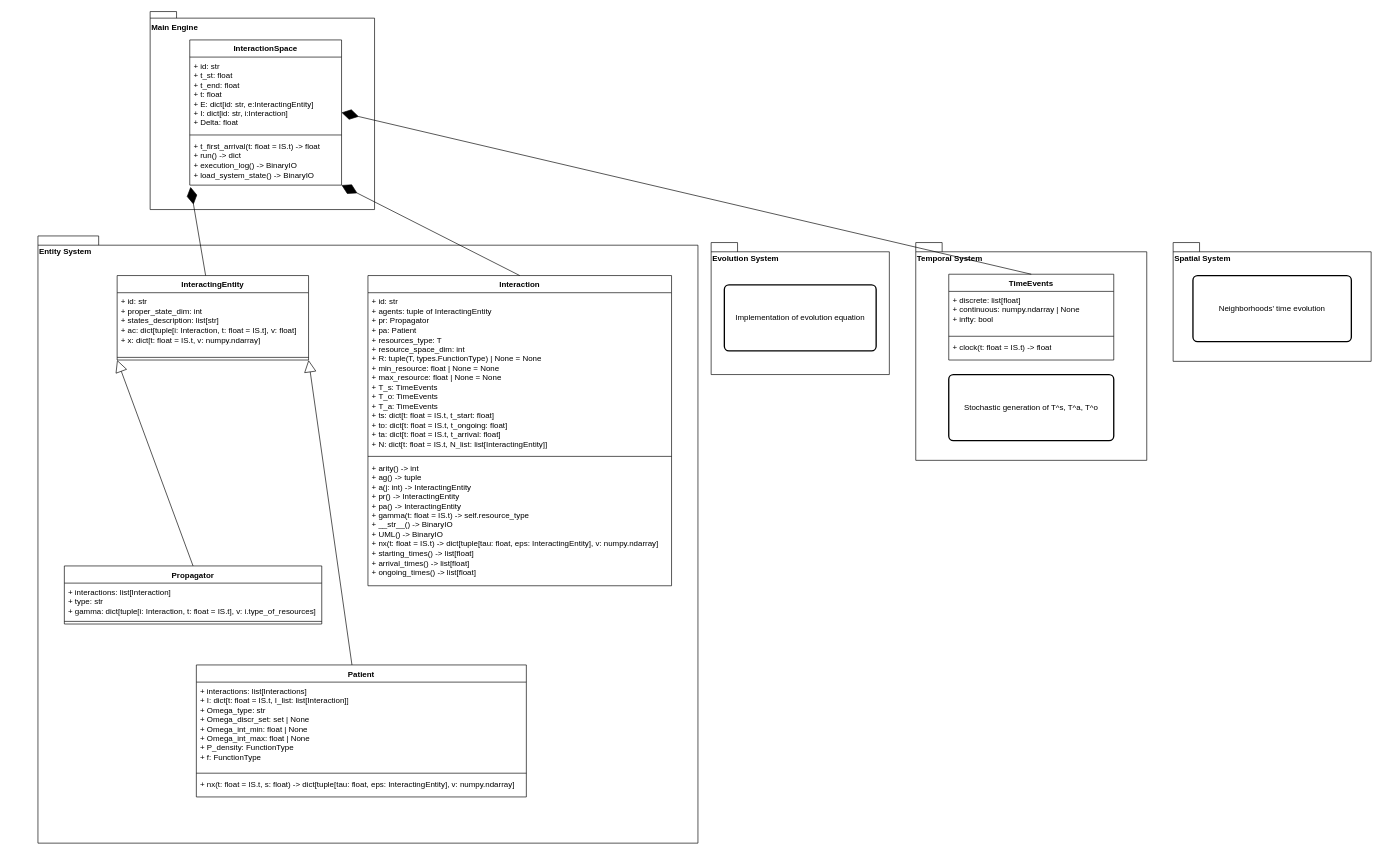
Above: experiments/UML/PlantUML IS.drawio in giopao/ARC-AGI1 (draw.io), before the change. Source tidied: cells renumbered, new cells numbered last; positions are measured from the earlier drawing's top-left corner, leaving out a move shared by most shapes. Both pictures are drawn from the tidied source at 66%, with x=0, y=0 at pixel (38, 11).
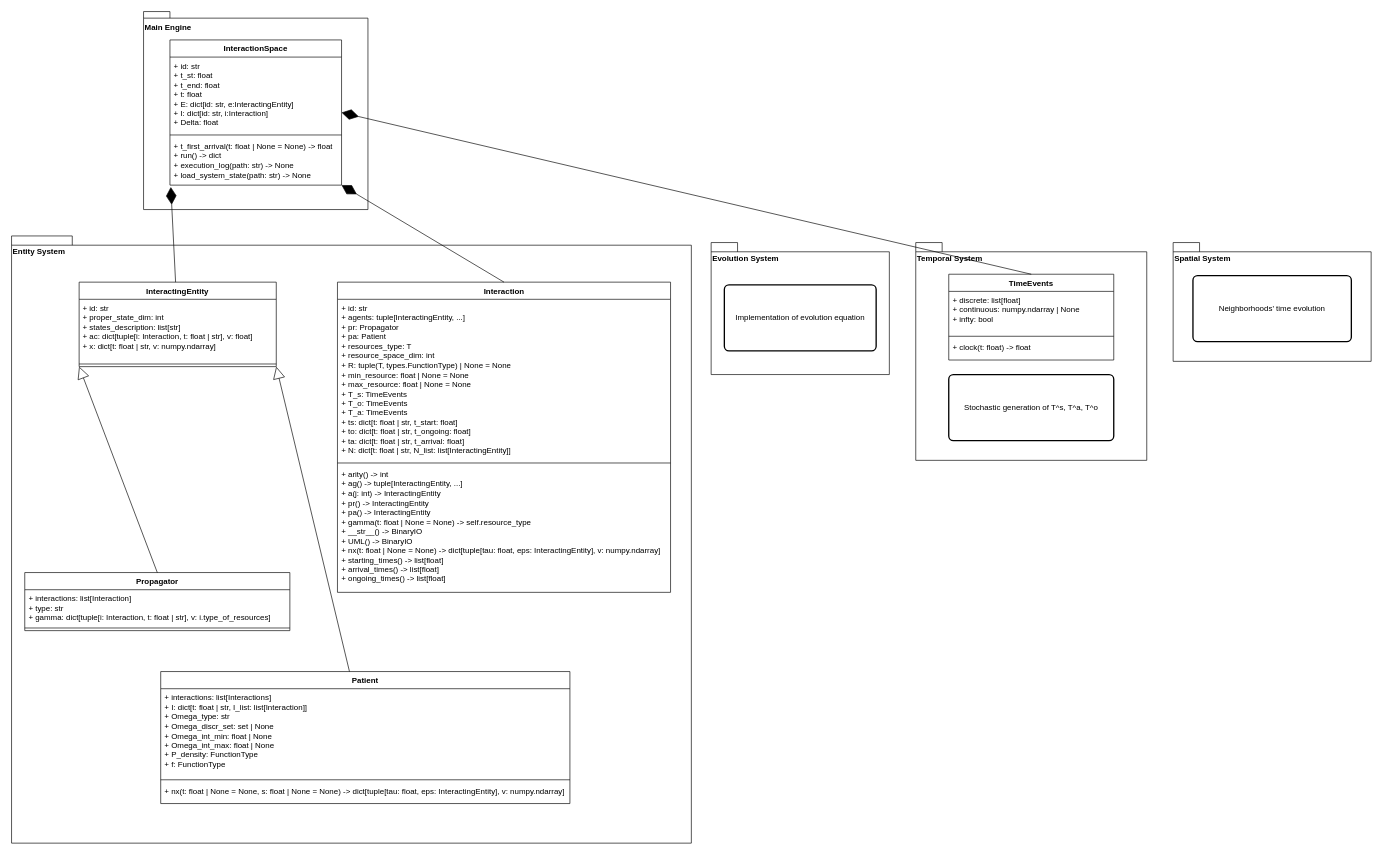
Above is the later version.

Unchanged cells that the change refers to:
```xml
<mxCell id="10" value="TimeEvents" style="swimlane;fontStyle=1;align=center;verticalAlign=top;horizontal=1;startSize=26;whiteSpace=wrap;html=1;" parent="8" vertex="1">
  <mxGeometry x="50" y="48" width="250" height="130" as="geometry" />
</mxCell>
```

The edit, as a diff of the source:
```diff
@@
     <mxCell id="2" style="group;" parent="1" vertex="1">
-      <mxGeometry x="170" width="340" height="300" as="geometry" />
+      <mxGeometry x="160" width="340" height="300" as="geometry" />
     </mxCell>
@@
     <mxCell id="4" value="InteractionSpace" style="swimlane;fontStyle=1;align=center;verticalAlign=top;horizontal=1;startSize=26;whiteSpace=wrap;html=1;rotation=0;" parent="2" vertex="1">
-      <mxGeometry x="60" y="43" width="230" height="220" as="geometry" />
+      <mxGeometry x="40" y="43" width="260" height="220" as="geometry" />
     </mxCell>
     <mxCell id="5" value="+ id: str&lt;div&gt;+ t_st: float&lt;/div&gt;&lt;div&gt;+&amp;nbsp;t_end: float&lt;/div&gt;&lt;div&gt;+&amp;nbsp;t: float&lt;/div&gt;&lt;div&gt;+&amp;nbsp;E: dict[id: str, e:InteractingEntity]&lt;/div&gt;&lt;div&gt;+&amp;nbsp;I: dict[id: str, i:Interaction]&lt;/div&gt;&lt;div&gt;+&amp;nbsp;Delta: float&lt;/div&gt;" style="text;strokeColor=none;fillColor=none;align=left;verticalAlign=top;spacingLeft=4;spacingRight=4;overflow=hidden;whiteSpace=wrap;html=1;rotation=0;" parent="4" vertex="1">
-      <mxGeometry y="26" width="230" height="114" as="geometry" />
+      <mxGeometry y="26" width="260" height="114" as="geometry" />
     </mxCell>
     <mxCell id="6" style="line;strokeWidth=1;fillColor=none;align=left;verticalAlign=middle;spacingTop=-1;spacingLeft=3;spacingRight=3;labelPosition=right;strokeColor=inherit;rotation=0;" parent="4" vertex="1">
-      <mxGeometry y="140" width="230" height="8" as="geometry" />
+      <mxGeometry y="140" width="260" height="8" as="geometry" />
     </mxCell>
-    <mxCell id="7" value="+ t_first_arrival(t: float = IS.t) -&amp;gt; float&lt;div&gt;+ run() -&amp;gt; dict&lt;/div&gt;&lt;div&gt;+ execution_log() -&amp;gt; BinaryIO&lt;/div&gt;&lt;div&gt;+ load_system_state() -&amp;gt; BinaryIO&lt;/div&gt;" style="text;strokeColor=none;fillColor=none;align=left;verticalAlign=top;spacingLeft=4;spacingRight=4;overflow=hidden;points=[[0,0.5],[1,0.5]];portConstraint=eastwest;whiteSpace=wrap;html=1;rotation=0;" parent="4" vertex="1">
-      <mxGeometry y="148" width="230" height="72" as="geometry" />
+    <mxCell id="7" value="+ t_first_arrival(t: float | None = None) -&amp;gt; float&lt;div&gt;+ run() -&amp;gt; dict&lt;/div&gt;&lt;div&gt;+ execution_log(path: str) -&amp;gt; None&lt;/div&gt;&lt;div&gt;+ load_system_state(path: str) -&amp;gt; None&lt;/div&gt;" style="text;strokeColor=none;fillColor=none;align=left;verticalAlign=top;spacingLeft=4;spacingRight=4;overflow=hidden;points=[[0,0.5],[1,0.5]];portConstraint=eastwest;whiteSpace=wrap;html=1;rotation=0;" parent="4" vertex="1">
+      <mxGeometry y="148" width="260" height="72" as="geometry" />
     </mxCell>
@@
-    <mxCell id="13" value="+&amp;nbsp;clock(t: float = IS.t) -&amp;gt; float" style="text;strokeColor=none;fillColor=none;align=left;verticalAlign=top;spacingLeft=4;spacingRight=4;overflow=hidden;whiteSpace=wrap;html=1;" parent="10" vertex="1">
+    <mxCell id="13" value="+&amp;nbsp;clock(t: float) -&amp;gt; float" style="text;strokeColor=none;fillColor=none;align=left;verticalAlign=top;spacingLeft=4;spacingRight=4;overflow=hidden;whiteSpace=wrap;html=1;" parent="10" vertex="1">
       <mxGeometry y="98" width="250" height="32" as="geometry" />
     </mxCell>
@@
     <mxCell id="22" style="group;" parent="1" vertex="1">
-      <mxGeometry y="340" width="1000" height="920" as="geometry" />
+      <mxGeometry x="-40" y="340" width="1030" height="920" as="geometry" />
     </mxCell>
     <mxCell id="23" value="Entity System" style="shape=folder;fontStyle=1;spacingTop=10;tabWidth=40;tabHeight=14;tabPosition=left;html=1;whiteSpace=wrap;align=left;verticalAlign=top;" parent="22" vertex="1">
-      <mxGeometry width="1000" height="920" as="geometry" />
+      <mxGeometry width="1030" height="920" as="geometry" />
     </mxCell>
     <mxCell id="24" style="group;" parent="22" vertex="1">
-      <mxGeometry x="40" y="60" width="920" height="790" as="geometry" />
+      <mxGeometry x="20" y="70" width="978.5" height="790" as="geometry" />
     </mxCell>
     <mxCell id="25" value="InteractingEntity" style="swimlane;fontStyle=1;align=center;verticalAlign=top;horizontal=1;startSize=26;whiteSpace=wrap;html=1;" parent="24" vertex="1">
-      <mxGeometry x="80" width="290" height="128" as="geometry" />
+      <mxGeometry x="82.4" width="298.7" height="128" as="geometry" />
     </mxCell>
-    <mxCell id="26" value="+&amp;nbsp;id: str&lt;div&gt;+&amp;nbsp;proper_state_dim: int&lt;/div&gt;&lt;div&gt;+&amp;nbsp;states_description: list[str]&lt;/div&gt;&lt;div&gt;+&amp;nbsp;ac: dict[tuple[i: Interaction, t: float = IS.t], v: float]&lt;/div&gt;&lt;div&gt;+&amp;nbsp;x: dict[t: float = IS.t, v: numpy.ndarray]&lt;/div&gt;" style="text;strokeColor=none;fillColor=none;align=left;verticalAlign=top;spacingLeft=4;spacingRight=4;overflow=hidden;whiteSpace=wrap;html=1;" parent="25" vertex="1">
-      <mxGeometry y="26" width="290" height="94" as="geometry" />
+    <mxCell id="26" value="+&amp;nbsp;id: str&lt;div&gt;+&amp;nbsp;proper_state_dim: int&lt;/div&gt;&lt;div&gt;+&amp;nbsp;states_description: list[str]&lt;/div&gt;&lt;div&gt;+&amp;nbsp;ac: dict[tuple[i: Interaction, t: float | str], v: float]&lt;/div&gt;&lt;div&gt;+&amp;nbsp;x: dict[t: float | str, v: numpy.ndarray]&lt;/div&gt;" style="text;strokeColor=none;fillColor=none;align=left;verticalAlign=top;spacingLeft=4;spacingRight=4;overflow=hidden;whiteSpace=wrap;html=1;" parent="25" vertex="1">
+      <mxGeometry y="26" width="298.7" height="94" as="geometry" />
     </mxCell>
     <mxCell id="27" style="line;strokeWidth=1;fillColor=none;align=left;verticalAlign=middle;spacingTop=-1;spacingLeft=3;spacingRight=3;labelPosition=right;strokeColor=inherit;" parent="25" vertex="1">
-      <mxGeometry y="120" width="290" height="8" as="geometry" />
+      <mxGeometry y="120" width="298.7" height="8" as="geometry" />
     </mxCell>
     <mxCell id="28" value="Propagator" style="swimlane;fontStyle=1;align=center;verticalAlign=top;horizontal=1;startSize=26;whiteSpace=wrap;html=1;" parent="24" vertex="1">
-      <mxGeometry y="440" width="390" height="88" as="geometry" />
+      <mxGeometry y="440" width="401.7" height="88" as="geometry" />
     </mxCell>
-    <mxCell id="29" value="+&amp;nbsp;interactions: list[Interaction]&lt;div&gt;+&amp;nbsp;type: str&lt;/div&gt;&lt;div&gt;+&amp;nbsp;gamma: dict[tuple[i: Interaction, t: float = IS.t], v: i.type_of_resources]&lt;/div&gt;" style="text;strokeColor=none;fillColor=none;align=left;verticalAlign=top;spacingLeft=4;spacingRight=4;overflow=hidden;whiteSpace=wrap;html=1;" parent="28" vertex="1">
-      <mxGeometry y="26" width="390" height="54" as="geometry" />
+    <mxCell id="29" value="+&amp;nbsp;interactions: list[Interaction]&lt;div&gt;+&amp;nbsp;type: str&lt;/div&gt;&lt;div&gt;+&amp;nbsp;gamma: dict[tuple[i: Interaction, t: float | str], v: i.type_of_resources]&lt;/div&gt;" style="text;strokeColor=none;fillColor=none;align=left;verticalAlign=top;spacingLeft=4;spacingRight=4;overflow=hidden;whiteSpace=wrap;html=1;" parent="28" vertex="1">
+      <mxGeometry y="26" width="401.7" height="54" as="geometry" />
     </mxCell>
     <mxCell id="30" style="line;strokeWidth=1;fillColor=none;align=left;verticalAlign=middle;spacingTop=-1;spacingLeft=3;spacingRight=3;labelPosition=right;strokeColor=inherit;" parent="28" vertex="1">
-      <mxGeometry y="80" width="390" height="8" as="geometry" />
+      <mxGeometry y="80" width="401.7" height="8" as="geometry" />
     </mxCell>
     <mxCell id="31" value="Patient" style="swimlane;fontStyle=1;align=center;verticalAlign=top;horizontal=1;startSize=26;whiteSpace=wrap;html=1;" parent="24" vertex="1">
-      <mxGeometry x="200" y="590" width="500" height="200" as="geometry" />
+      <mxGeometry x="206" y="590" width="620" height="200" as="geometry" />
     </mxCell>
-    <mxCell id="32" value="+&amp;nbsp;interactions: list[Interactions]&lt;div&gt;+ I: dict[t: float = IS.t, I_list: list[Interaction]]&lt;/div&gt;&lt;div&gt;+&amp;nbsp;Omega_type: str&lt;/div&gt;&lt;div&gt;+&amp;nbsp;Omega_discr_set: set | None&lt;/div&gt;&lt;div&gt;+&amp;nbsp;Omega_int_min: float | None&lt;/div&gt;&lt;div&gt;+&amp;nbsp;Omega_int_max: float | None&lt;/div&gt;&lt;div&gt;+&amp;nbsp;P_density: FunctionType&lt;/div&gt;&lt;div&gt;+&amp;nbsp;f: FunctionType&lt;/div&gt;" style="text;strokeColor=none;fillColor=none;align=left;verticalAlign=top;spacingLeft=4;spacingRight=4;overflow=hidden;whiteSpace=wrap;html=1;" parent="31" vertex="1">
-      <mxGeometry y="26" width="500" height="134" as="geometry" />
+    <mxCell id="32" value="+&amp;nbsp;interactions: list[Interactions]&lt;div&gt;+ I: dict[t: float | str, I_list: list[Interaction]]&lt;/div&gt;&lt;div&gt;+&amp;nbsp;Omega_type: str&lt;/div&gt;&lt;div&gt;+&amp;nbsp;Omega_discr_set: set | None&lt;/div&gt;&lt;div&gt;+&amp;nbsp;Omega_int_min: float | None&lt;/div&gt;&lt;div&gt;+&amp;nbsp;Omega_int_max: float | None&lt;/div&gt;&lt;div&gt;+&amp;nbsp;P_density: FunctionType&lt;/div&gt;&lt;div&gt;+&amp;nbsp;f: FunctionType&lt;/div&gt;" style="text;strokeColor=none;fillColor=none;align=left;verticalAlign=top;spacingLeft=4;spacingRight=4;overflow=hidden;whiteSpace=wrap;html=1;" parent="31" vertex="1">
+      <mxGeometry y="26" width="620" height="134" as="geometry" />
     </mxCell>
     <mxCell id="33" style="line;strokeWidth=1;fillColor=none;align=left;verticalAlign=middle;spacingTop=-1;spacingLeft=3;spacingRight=3;labelPosition=right;strokeColor=inherit;" parent="31" vertex="1">
-      <mxGeometry y="160" width="500" height="8" as="geometry" />
+      <mxGeometry y="160" width="620" height="8" as="geometry" />
     </mxCell>
-    <mxCell id="34" value="+&amp;nbsp;nx(t: float = IS.t, s: float) -&amp;gt; dict[tuple[tau: float, eps: InteractingEntity], v: numpy.ndarray]" style="text;strokeColor=none;fillColor=none;align=left;verticalAlign=top;spacingLeft=4;spacingRight=4;overflow=hidden;whiteSpace=wrap;html=1;" parent="31" vertex="1">
-      <mxGeometry y="168" width="500" height="32" as="geometry" />
+    <mxCell id="34" value="+&amp;nbsp;nx(t: float | None = None, s: float | None = None) -&amp;gt; dict[tuple[tau: float, eps: InteractingEntity], v: numpy.ndarray]" style="text;strokeColor=none;fillColor=none;align=left;verticalAlign=top;spacingLeft=4;spacingRight=4;overflow=hidden;whiteSpace=wrap;html=1;" parent="31" vertex="1">
+      <mxGeometry y="168" width="620" height="32" as="geometry" />
     </mxCell>
     <mxCell id="35" value="Interaction" style="swimlane;fontStyle=1;align=center;verticalAlign=top;horizontal=1;startSize=26;whiteSpace=wrap;html=1;" parent="24" vertex="1">
-      <mxGeometry x="460" width="460" height="470" as="geometry" />
+      <mxGeometry x="473.8" width="504.7" height="470" as="geometry" />
     </mxCell>
-    <mxCell id="36" value="+&amp;nbsp;id: str&lt;div&gt;+&amp;nbsp;agents: tuple of InteractingEntity&lt;/div&gt;&lt;div&gt;+&amp;nbsp;pr: Propagator&lt;/div&gt;&lt;div&gt;+&amp;nbsp;pa: Patient&lt;/div&gt;&lt;div&gt;+&amp;nbsp;resources_type: T&lt;/div&gt;&lt;div&gt;+&amp;nbsp;resource_space_dim: int&lt;/div&gt;&lt;div&gt;+&amp;nbsp;R: tuple(T, types.FunctionType) | None = None&lt;/div&gt;&lt;div&gt;+&amp;nbsp;min_resource: float | None = None&lt;/div&gt;&lt;div&gt;+&amp;nbsp;max_resource: float | None = None&lt;/div&gt;&lt;div&gt;+&amp;nbsp;T_s: TimeEvents&lt;/div&gt;&lt;div&gt;+&amp;nbsp;T_o: TimeEvents&lt;/div&gt;&lt;div&gt;+&amp;nbsp;T_a: TimeEvents&lt;/div&gt;&lt;div&gt;+&amp;nbsp;ts: dict[t: float = IS.t, t_start: float]&lt;/div&gt;&lt;div&gt;+&amp;nbsp;to: dict[t: float = IS.t, t_ongoing: float]&lt;/div&gt;&lt;div&gt;+&amp;nbsp;ta: dict[t: float = IS.t, t_arrival: float]&lt;/div&gt;&lt;div&gt;+&amp;nbsp;N: dict[t: float = IS.t, N_list: list[InteractingEntity]]&lt;/div&gt;" style="text;strokeColor=none;fillColor=none;align=left;verticalAlign=top;spacingLeft=4;spacingRight=4;overflow=hidden;whiteSpace=wrap;html=1;" parent="35" vertex="1">
-      <mxGeometry y="26" width="460" height="244" as="geometry" />
+    <mxCell id="36" value="+&amp;nbsp;id: str&lt;div&gt;+&amp;nbsp;agents: tuple[InteractingEntity, ...]&lt;/div&gt;&lt;div&gt;+&amp;nbsp;pr: Propagator&lt;/div&gt;&lt;div&gt;+&amp;nbsp;pa: Patient&lt;/div&gt;&lt;div&gt;+&amp;nbsp;resources_type: T&lt;/div&gt;&lt;div&gt;+&amp;nbsp;resource_space_dim: int&lt;/div&gt;&lt;div&gt;+&amp;nbsp;R: tuple(T, types.FunctionType) | None = None&lt;/div&gt;&lt;div&gt;+&amp;nbsp;min_resource: float | None = None&lt;/div&gt;&lt;div&gt;+&amp;nbsp;max_resource: float | None = None&lt;/div&gt;&lt;div&gt;+&amp;nbsp;T_s: TimeEvents&lt;/div&gt;&lt;div&gt;+&amp;nbsp;T_o: TimeEvents&lt;/div&gt;&lt;div&gt;+&amp;nbsp;T_a: TimeEvents&lt;/div&gt;&lt;div&gt;+&amp;nbsp;ts: dict[t: float | str, t_start: float]&lt;/div&gt;&lt;div&gt;+&amp;nbsp;to: dict[t: float | str, t_ongoing: float]&lt;/div&gt;&lt;div&gt;+&amp;nbsp;ta: dict[t: float | str, t_arrival: float]&lt;/div&gt;&lt;div&gt;+&amp;nbsp;N: dict[t: float | str, N_list: list[InteractingEntity]]&lt;/div&gt;" style="text;strokeColor=none;fillColor=none;align=left;verticalAlign=top;spacingLeft=4;spacingRight=4;overflow=hidden;whiteSpace=wrap;html=1;" parent="35" vertex="1">
+      <mxGeometry y="26" width="504.7" height="244" as="geometry" />
     </mxCell>
     <mxCell id="37" style="line;strokeWidth=1;fillColor=none;align=left;verticalAlign=middle;spacingTop=-1;spacingLeft=3;spacingRight=3;labelPosition=right;strokeColor=inherit;" parent="35" vertex="1">
-      <mxGeometry y="270" width="460" height="8" as="geometry" />
+      <mxGeometry y="270" width="504.7" height="8" as="geometry" />
     </mxCell>
-    <mxCell id="38" value="+&amp;nbsp;arity() -&amp;gt; int&lt;div&gt;+&amp;nbsp;ag() -&amp;gt; tuple&lt;/div&gt;&lt;div&gt;+&amp;nbsp;a(j: int) -&amp;gt; InteractingEntity&lt;/div&gt;&lt;div&gt;+&amp;nbsp;pr() -&amp;gt; InteractingEntity&lt;/div&gt;&lt;div&gt;+&amp;nbsp;pa() -&amp;gt; InteractingEntity&lt;/div&gt;&lt;div&gt;+&amp;nbsp;gamma(t: float = IS.t) -&amp;gt; self.resource_type&lt;/div&gt;&lt;div&gt;+&amp;nbsp;__str__() -&amp;gt; BinaryIO&lt;/div&gt;&lt;div&gt;+&amp;nbsp;UML() -&amp;gt; BinaryIO&lt;/div&gt;&lt;div&gt;+&amp;nbsp;nx(t: float = IS.t) -&amp;gt; dict[tuple[tau: float, eps: InteractingEntity], v: numpy.ndarray]&lt;/div&gt;&lt;div&gt;+&amp;nbsp;starting_times() -&amp;gt; list[float]&lt;/div&gt;&lt;div&gt;+&amp;nbsp;arrival_times() -&amp;gt; list[float]&lt;/div&gt;&lt;div&gt;+&amp;nbsp;ongoing_times() -&amp;gt; list[float]&lt;/div&gt;" style="text;strokeColor=none;fillColor=none;align=left;verticalAlign=top;spacingLeft=4;spacingRight=4;overflow=hidden;whiteSpace=wrap;html=1;" parent="35" vertex="1">
-      <mxGeometry y="278" width="460" height="192" as="geometry" />
+    <mxCell id="38" value="+&amp;nbsp;arity() -&amp;gt; int&lt;div&gt;+&amp;nbsp;ag() -&amp;gt; tuple[InteractingEntity, ...]&lt;/div&gt;&lt;div&gt;+&amp;nbsp;a(j: int) -&amp;gt; InteractingEntity&lt;/div&gt;&lt;div&gt;+&amp;nbsp;pr() -&amp;gt; InteractingEntity&lt;/div&gt;&lt;div&gt;+&amp;nbsp;pa() -&amp;gt; InteractingEntity&lt;/div&gt;&lt;div&gt;+&amp;nbsp;gamma(t: float | None = None) -&amp;gt; self.resource_type&lt;/div&gt;&lt;div&gt;+&amp;nbsp;__str__() -&amp;gt; BinaryIO&lt;/div&gt;&lt;div&gt;+&amp;nbsp;UML() -&amp;gt; BinaryIO&lt;/div&gt;&lt;div&gt;+&amp;nbsp;nx(t: float | None = None) -&amp;gt; dict[tuple[tau: float, eps: InteractingEntity], v: numpy.ndarray]&lt;/div&gt;&lt;div&gt;+&amp;nbsp;starting_times() -&amp;gt; list[float]&lt;/div&gt;&lt;div&gt;+&amp;nbsp;arrival_times() -&amp;gt; list[float]&lt;/div&gt;&lt;div&gt;+&amp;nbsp;ongoing_times() -&amp;gt; list[float]&lt;/div&gt;" style="text;strokeColor=none;fillColor=none;align=left;verticalAlign=top;spacingLeft=4;spacingRight=4;overflow=hidden;whiteSpace=wrap;html=1;" parent="35" vertex="1">
+      <mxGeometry y="278" width="504.7" height="192" as="geometry" />
     </mxCell>
```
